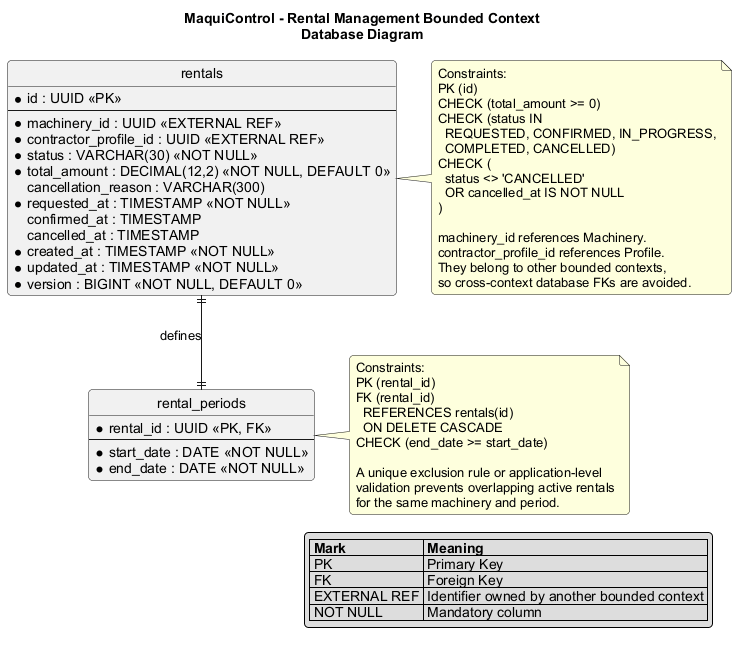
Above: assets/rental-management-database-diagram.png in AndesHeavyTech/MaquiControl (PlantUML), before the change.
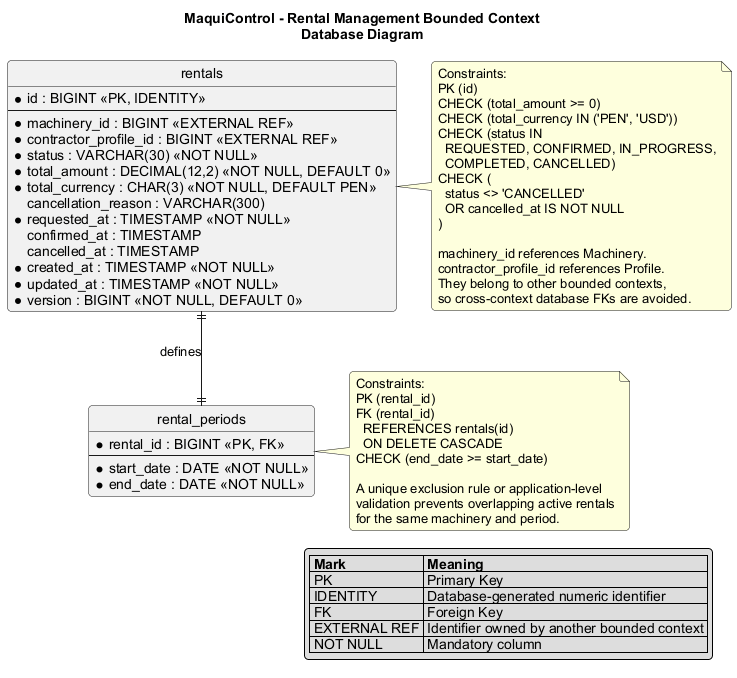
The same file after the commit.

What changed in the source:
```diff
@@ -8,12 +8,13 @@
 hide circle
 
 entity "rentals" as rentals {
-  * id : UUID <<PK>>
+  * id : BIGINT <<PK, IDENTITY>>
   --
-  * machinery_id : UUID <<EXTERNAL REF>>
-  * contractor_profile_id : UUID <<EXTERNAL REF>>
+  * machinery_id : BIGINT <<EXTERNAL REF>>
+  * contractor_profile_id : BIGINT <<EXTERNAL REF>>
   * status : VARCHAR(30) <<NOT NULL>>
   * total_amount : DECIMAL(12,2) <<NOT NULL, DEFAULT 0>>
+  * total_currency : CHAR(3) <<NOT NULL, DEFAULT PEN>>
   cancellation_reason : VARCHAR(300)
   * requested_at : TIMESTAMP <<NOT NULL>>
   confirmed_at : TIMESTAMP
@@ -24,7 +25,7 @@
 }
 
 entity "rental_periods" as rental_periods {
-  * rental_id : UUID <<PK, FK>>
+  * rental_id : BIGINT <<PK, FK>>
   --
   * start_date : DATE <<NOT NULL>>
   * end_date : DATE <<NOT NULL>>
@@ -36,6 +37,7 @@
   Constraints:
   PK (id)
   CHECK (total_amount >= 0)
+  CHECK (total_currency IN ('PEN', 'USD'))
   CHECK (status IN
     REQUESTED, CONFIRMED, IN_PROGRESS,
     COMPLETED, CANCELLED)
@@ -66,6 +68,7 @@
 legend right
   |= Mark |= Meaning |
   | PK | Primary Key |
+  | IDENTITY | Database-generated numeric identifier |
   | FK | Foreign Key |
   | EXTERNAL REF | Identifier owned by another bounded context |
   | NOT NULL | Mandatory column |
```
